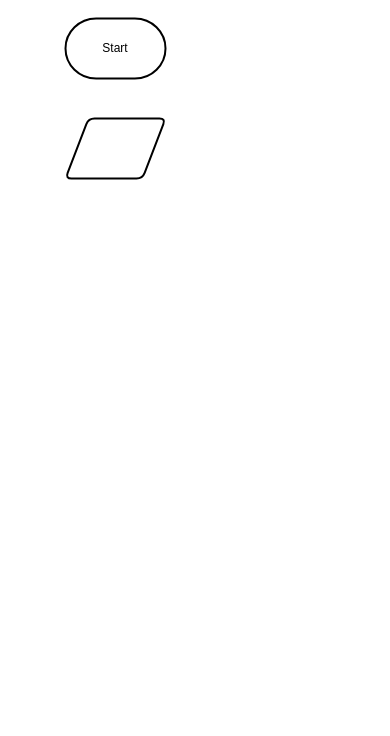
joannesanthosh/ICS3U-Unit6-01-Python keeps this draw.io diagram as designs/flowchart.drawio. Above is the earlier version. Source tidied: cells renumbered, new cells numbered last; positions are measured from the earlier drawing's top-left corner, leaving out a move shared by most shapes. Both pictures are drawn from the tidied source at 100%, with x=0, y=0 at pixel (65, 18).
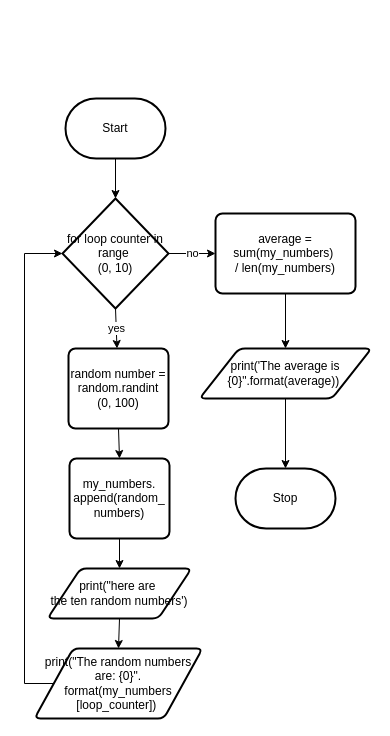
After the change.

What changed in the source:
```diff
@@
+    <mxCell id="4" style="edgeStyle=orthogonalEdgeStyle;rounded=0;html=1;exitX=0.5;exitY=1;exitDx=0;exitDy=0;exitPerimeter=0;entryX=0.5;entryY=0;entryDx=0;entryDy=0;entryPerimeter=0;" parent="1" edge="1" source="2" target="3">
+      <mxGeometry relative="1" as="geometry" />
+    </mxCell>
     <mxCell id="2" value="Start" style="strokeWidth=2;html=1;shape=mxgraph.flowchart.terminator;whiteSpace=wrap;" parent="1" vertex="1">
-      <mxGeometry width="100" height="60" as="geometry" />
+      <mxGeometry y="80" width="100" height="60" as="geometry" />
     </mxCell>
+    <mxCell id="5" value="yes" style="edgeStyle=none;html=1;exitX=0.5;exitY=1;exitDx=0;exitDy=0;exitPerimeter=0;" parent="1" edge="1" source="3" target="8">
+      <mxGeometry relative="1" as="geometry" />
+    </mxCell>
+    <mxCell id="6" value="no" style="edgeStyle=orthogonalEdgeStyle;rounded=0;html=1;exitX=1;exitY=0.5;exitDx=0;exitDy=0;exitPerimeter=0;" parent="1" edge="1" source="3" target="16">
+      <mxGeometry relative="1" as="geometry" />
+    </mxCell>
-    <mxCell id="3" style="shape=parallelogram;html=1;strokeWidth=2;perimeter=parallelogramPerimeter;whiteSpace=wrap;rounded=1;arcSize=12;size=0.23;" parent="1" vertex="1">
-      <mxGeometry y="100" width="100" height="60" as="geometry" />
+    <mxCell id="3" value="for loop counter in range&amp;nbsp;&lt;br&gt;(0, 10)" style="strokeWidth=2;html=1;shape=mxgraph.flowchart.decision;whiteSpace=wrap;" parent="1" vertex="1">
+      <mxGeometry x="-3" y="180" width="106" height="110" as="geometry" />
     </mxCell>
+    <mxCell id="7" style="edgeStyle=none;html=1;exitX=0.5;exitY=1;exitDx=0;exitDy=0;entryX=0.5;entryY=0;entryDx=0;entryDy=0;" parent="1" edge="1" source="8" target="10">
+      <mxGeometry relative="1" as="geometry" />
+    </mxCell>
+    <mxCell id="8" value="random number = random.randint&lt;br&gt;(0, 100)" style="rounded=1;whiteSpace=wrap;html=1;absoluteArcSize=1;arcSize=14;strokeWidth=2;" parent="1" vertex="1">
+      <mxGeometry x="3" y="330" width="100" height="80" as="geometry" />
+    </mxCell>
+    <mxCell id="9" style="edgeStyle=none;html=1;exitX=0.5;exitY=1;exitDx=0;exitDy=0;entryX=0.5;entryY=0;entryDx=0;entryDy=0;" parent="1" edge="1" source="10" target="12">
+      <mxGeometry relative="1" as="geometry" />
+    </mxCell>
+    <mxCell id="10" value="my_numbers.&lt;br&gt;append(random_&lt;br&gt;numbers)" style="rounded=1;whiteSpace=wrap;html=1;absoluteArcSize=1;arcSize=14;strokeWidth=2;" parent="1" vertex="1">
+      <mxGeometry x="4" y="440" width="100" height="80" as="geometry" />
+    </mxCell>
+    <mxCell id="11" style="edgeStyle=none;html=1;exitX=0.5;exitY=1;exitDx=0;exitDy=0;entryX=0.5;entryY=0;entryDx=0;entryDy=0;" parent="1" edge="1" source="12" target="14">
+      <mxGeometry relative="1" as="geometry" />
+    </mxCell>
+    <mxCell id="12" value="print(&quot;here are&amp;nbsp;&lt;br&gt;the ten random numbers')" style="shape=parallelogram;html=1;strokeWidth=2;perimeter=parallelogramPerimeter;whiteSpace=wrap;rounded=1;arcSize=12;size=0.23;" parent="1" vertex="1">
+      <mxGeometry x="-18" y="550" width="144" height="50" as="geometry" />
+    </mxCell>
+    <mxCell id="13" style="edgeStyle=orthogonalEdgeStyle;html=1;exitX=0;exitY=0.5;exitDx=0;exitDy=0;entryX=0;entryY=0.5;entryDx=0;entryDy=0;entryPerimeter=0;rounded=0;" parent="1" edge="1" source="14" target="3">
+      <mxGeometry relative="1" as="geometry">
+        <Array as="points">
+          <mxPoint x="-41" y="665" />
+          <mxPoint x="-41" y="235" />
+        </Array>
+      </mxGeometry>
+    </mxCell>
+    <mxCell id="14" value="print(&quot;The random numbers are: {0}&quot;.&lt;br&gt;format(my_numbers&lt;br&gt;[loop_counter])&amp;nbsp;" style="shape=parallelogram;html=1;strokeWidth=2;perimeter=parallelogramPerimeter;whiteSpace=wrap;rounded=1;arcSize=12;size=0.23;" parent="1" vertex="1">
+      <mxGeometry x="-31" y="630" width="168" height="70" as="geometry" />
+    </mxCell>
+    <mxCell id="15" style="edgeStyle=orthogonalEdgeStyle;rounded=0;html=1;exitX=0.5;exitY=1;exitDx=0;exitDy=0;entryX=0.5;entryY=0;entryDx=0;entryDy=0;" parent="1" edge="1" source="16" target="18">
+      <mxGeometry relative="1" as="geometry" />
+    </mxCell>
+    <mxCell id="16" value="average = sum(my_numbers)&amp;nbsp;&lt;br&gt;/ len(my_numbers)" style="rounded=1;whiteSpace=wrap;html=1;absoluteArcSize=1;arcSize=14;strokeWidth=2;" parent="1" vertex="1">
+      <mxGeometry x="150" y="195" width="140" height="80" as="geometry" />
+    </mxCell>
+    <mxCell id="17" style="edgeStyle=orthogonalEdgeStyle;rounded=0;html=1;exitX=0.5;exitY=1;exitDx=0;exitDy=0;entryX=0.5;entryY=0;entryDx=0;entryDy=0;entryPerimeter=0;" parent="1" edge="1" source="18" target="19">
+      <mxGeometry relative="1" as="geometry" />
+    </mxCell>
+    <mxCell id="18" value="print('The average is&lt;br&gt;{0}&quot;.format(average))&amp;nbsp;" style="shape=parallelogram;html=1;strokeWidth=2;perimeter=parallelogramPerimeter;whiteSpace=wrap;rounded=1;arcSize=12;size=0.23;" parent="1" vertex="1">
+      <mxGeometry x="134" y="330" width="172" height="50" as="geometry" />
+    </mxCell>
+    <mxCell id="19" value="Stop" style="strokeWidth=2;html=1;shape=mxgraph.flowchart.terminator;whiteSpace=wrap;" parent="1" vertex="1">
+      <mxGeometry x="170" y="450" width="100" height="60" as="geometry" />
+    </mxCell>
```
